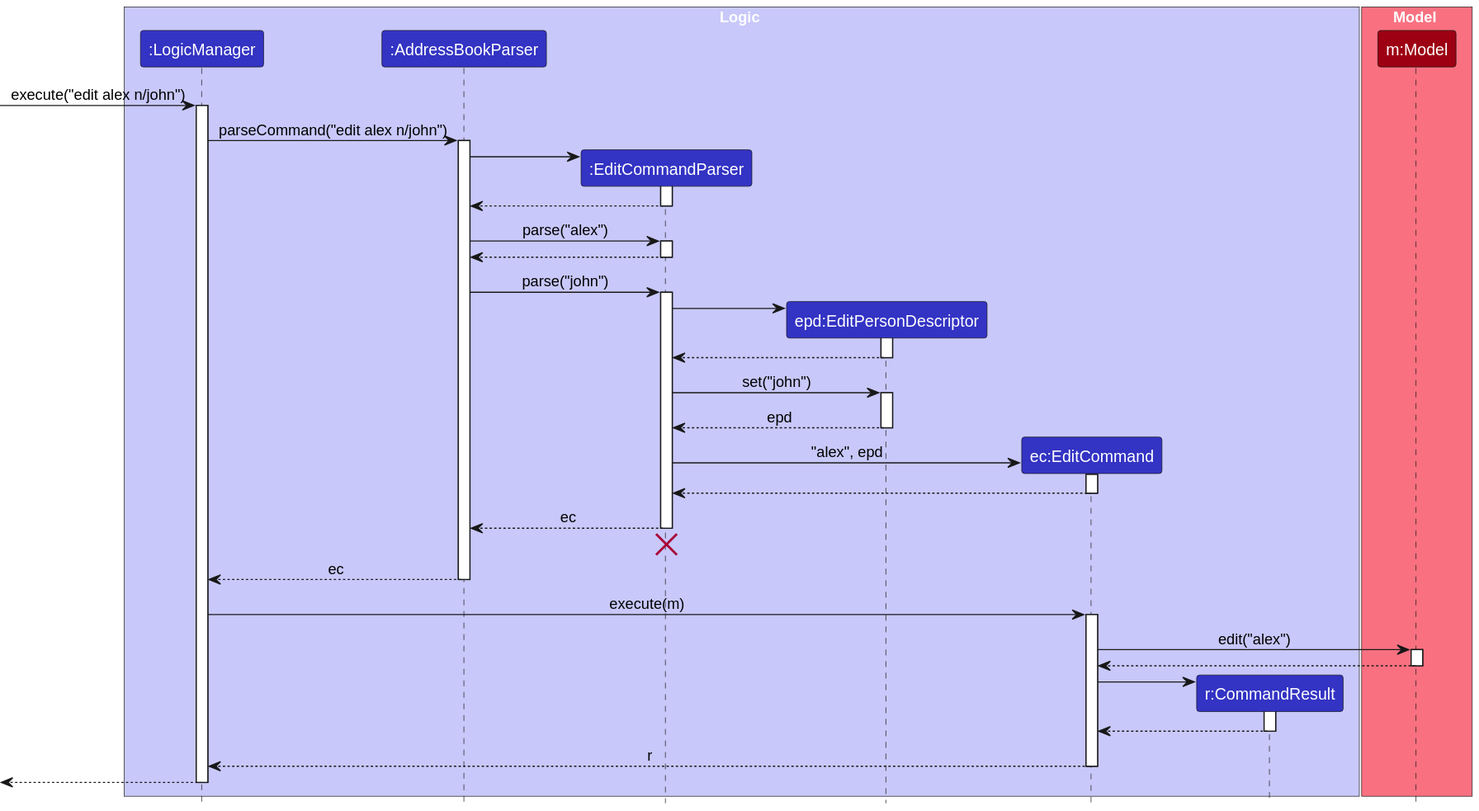
Earlier version of the PlantUML export docs/diagrams/EditSequenceDiagram.svg (nus-cs2103-AY2425S1/tp). The source it was exported from:
```plantuml
@startuml
!include style.puml
skinparam ArrowFontStyle plain

box Logic LOGIC_COLOR_T1
participant ":LogicManager" as LogicManager LOGIC_COLOR
participant ":AddressBookParser" as AddressBookParser LOGIC_COLOR
participant ":EditCommandParser" as EditCommandParser LOGIC_COLOR
participant "epd:EditPersonDescriptor" as EditPersonDescriptor LOGIC_COLOR
participant "ec:EditCommand" as EditCommand LOGIC_COLOR
participant "r:CommandResult" as CommandResult LOGIC_COLOR
end box

box Model MODEL_COLOR_T1
participant "m:Model" as Model MODEL_COLOR
end box

[-> LogicManager : execute("edit alex n/john")
activate LogicManager

LogicManager -> AddressBookParser : parseCommand("edit alex n/john")
activate AddressBookParser

create EditCommandParser
AddressBookParser -> EditCommandParser
activate EditCommandParser

EditCommandParser --> AddressBookParser
deactivate EditCommandParser

AddressBookParser -> EditCommandParser : parse("alex")
activate EditCommandParser
EditCommandParser --> AddressBookParser
deactivate EditCommandParser

AddressBookParser -> EditCommandParser : parse("john")
activate EditCommandParser

create EditPersonDescriptor
EditCommandParser -> EditPersonDescriptor
activate EditPersonDescriptor
EditPersonDescriptor --> EditCommandParser
deactivate EditPersonDescriptor

EditCommandParser -> EditPersonDescriptor : set("john")
activate EditPersonDescriptor
EditPersonDescriptor --> EditCommandParser : epd
deactivate EditPersonDescriptor

create EditCommand
EditCommandParser -> EditCommand : "alex", epd
activate EditCommand

EditCommand --> EditCommandParser :
deactivate EditCommand

EditCommandParser --> AddressBookParser : ec
deactivate EditCommandParser
EditCommandParser -[hidden]-> AddressBookParser
destroy EditCommandParser

AddressBookParser --> LogicManager : ec
deactivate AddressBookParser

LogicManager -> EditCommand : execute(m)
activate EditCommand

EditCommand -> Model : edit("alex")
activate Model

Model --> EditCommand
deactivate Model

create CommandResult
EditCommand -> CommandResult
activate CommandResult

CommandResult --> EditCommand
deactivate CommandResult

EditCommand --> LogicManager : r
deactivate EditCommand

[<--LogicManager
deactivate LogicManager
@enduml
```
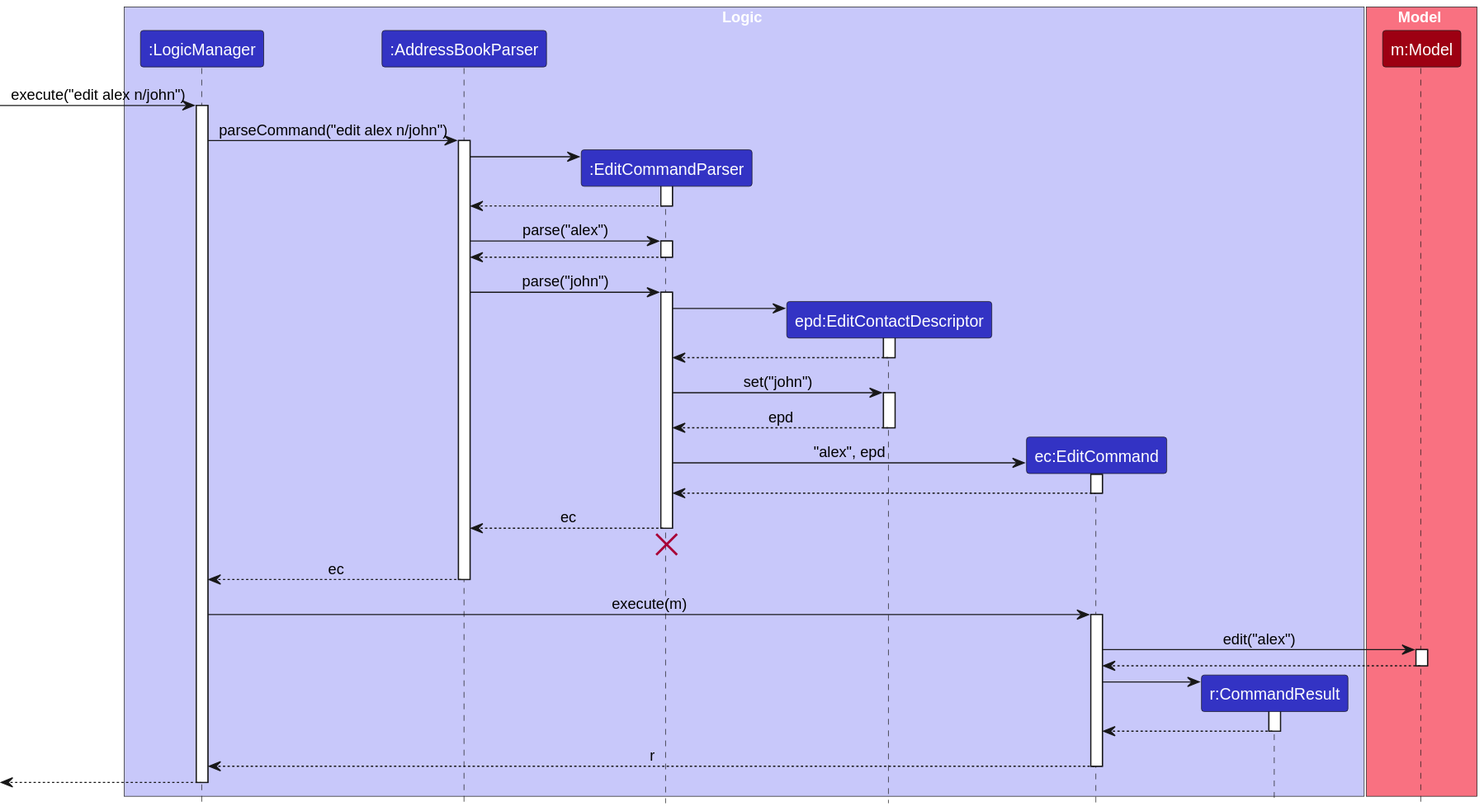
Above is the later version.

The edit, as a diff of the source:
```diff
@@ -6,7 +6,7 @@
 participant ":LogicManager" as LogicManager LOGIC_COLOR
 participant ":AddressBookParser" as AddressBookParser LOGIC_COLOR
 participant ":EditCommandParser" as EditCommandParser LOGIC_COLOR
-participant "epd:EditPersonDescriptor" as EditPersonDescriptor LOGIC_COLOR
+participant "epd:EditContactDescriptor" as EditContactDescriptor LOGIC_COLOR
 participant "ec:EditCommand" as EditCommand LOGIC_COLOR
 participant "r:CommandResult" as CommandResult LOGIC_COLOR
 end box
@@ -36,16 +36,16 @@
 AddressBookParser -> EditCommandParser : parse("john")
 activate EditCommandParser
 
-create EditPersonDescriptor
-EditCommandParser -> EditPersonDescriptor
-activate EditPersonDescriptor
-EditPersonDescriptor --> EditCommandParser
-deactivate EditPersonDescriptor
+create EditContactDescriptor
+EditCommandParser -> EditContactDescriptor
+activate EditContactDescriptor
+EditContactDescriptor --> EditCommandParser
+deactivate EditContactDescriptor
 
-EditCommandParser -> EditPersonDescriptor : set("john")
-activate EditPersonDescriptor
-EditPersonDescriptor --> EditCommandParser : epd
-deactivate EditPersonDescriptor
+EditCommandParser -> EditContactDescriptor : set("john")
+activate EditContactDescriptor
+EditContactDescriptor --> EditCommandParser : epd
+deactivate EditContactDescriptor
 
 create EditCommand
 EditCommandParser -> EditCommand : "alex", epd
```
